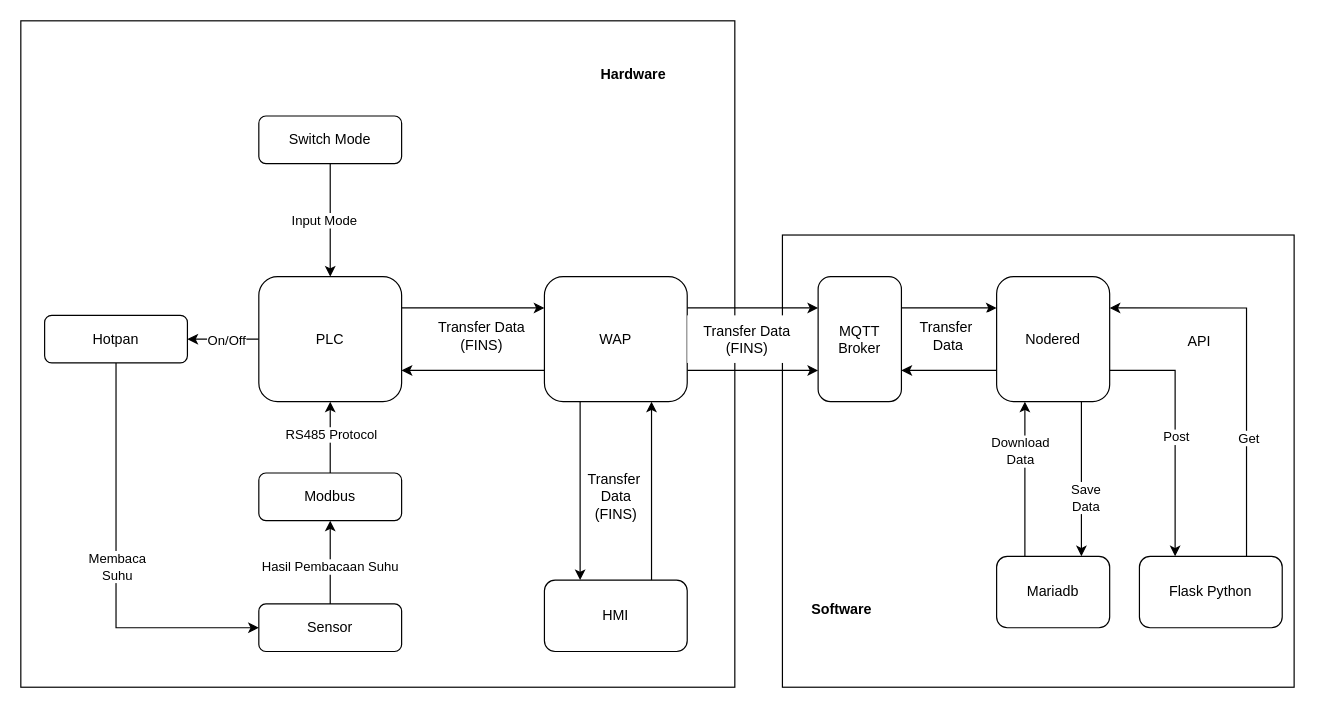
Above: Arsitektur IIOT.drawio in Rezen351/Flowchart (draw.io), before the change. Source tidied: cells renumbered, new cells numbered last; positions are measured from the earlier drawing's top-left corner, leaving out a move shared by most shapes. Both pictures are drawn from the tidied source at 119%, with x=0, y=0 at pixel (20, 20).
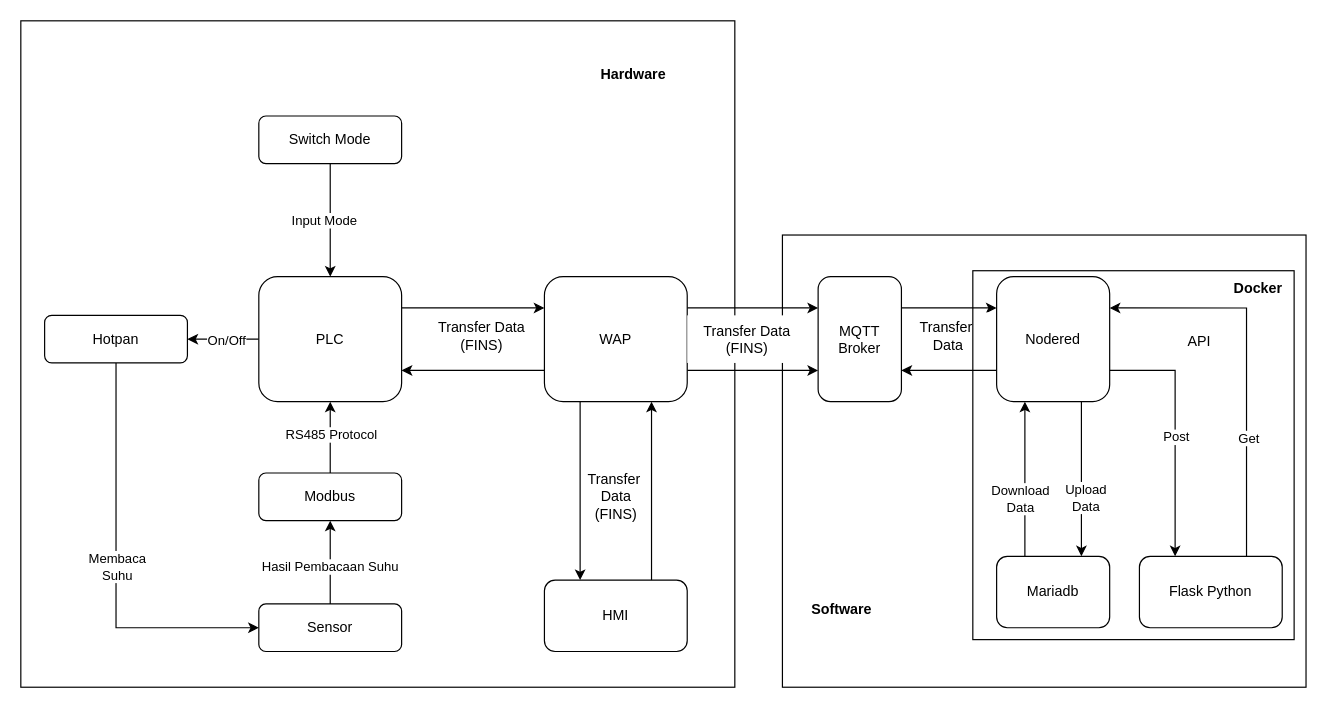
Above is the later version.

The change refers to these unchanged cells:
```xml
<mxCell id="34" style="edgeStyle=orthogonalEdgeStyle;rounded=0;jettySize=auto;html=1;exitX=0.75;exitY=1;exitDx=0;exitDy=0;entryX=0.75;entryY=0;entryDx=0;entryDy=0;" parent="1" edge="1" source="37" target="40">
  <mxGeometry relative="1" as="geometry" />
</mxCell>
<mxCell id="38" style="edgeStyle=orthogonalEdgeStyle;rounded=0;jettySize=auto;html=1;exitX=0.25;exitY=0;exitDx=0;exitDy=0;entryX=0.25;entryY=1;entryDx=0;entryDy=0;" parent="1" edge="1" source="40" target="37">
  <mxGeometry relative="1" as="geometry" />
</mxCell>
```

Change to the diagram source:
```diff
@@
     <mxCell id="2" style="rounded=0;whiteSpace=wrap;html=1;" parent="1" vertex="1">
-      <mxGeometry x="640" y="180" width="430" height="380" as="geometry" />
+      <mxGeometry x="640" y="180" width="440" height="380" as="geometry" />
     </mxCell>
@@
-    <mxCell id="35" value="Save&lt;div&gt;Data&lt;/div&gt;" style="edgeLabel;html=1;align=center;verticalAlign=middle;" parent="34" vertex="1">
+    <mxCell id="35" value="Upload&lt;div&gt;Data&lt;/div&gt;" style="edgeLabel;html=1;align=center;verticalAlign=middle;" parent="34" vertex="1">
       <mxGeometry x="0.03" y="3" relative="1" as="geometry">
         <mxPoint y="13" as="offset" />
       </mxGeometry>
     </mxCell>
@@
     <mxCell id="39" value="Download&lt;div&gt;Data&lt;/div&gt;" style="edgeLabel;html=1;align=center;verticalAlign=middle;" parent="38" vertex="1">
       <mxGeometry x="0.02" y="4" relative="1" as="geometry">
-        <mxPoint y="-23" as="offset" />
+        <mxPoint y="17" as="offset" />
       </mxGeometry>
     </mxCell>
@@
+    <mxCell id="48" value="Docker" style="text;html=1;align=center;verticalAlign=middle;whiteSpace=wrap;rounded=0;fontStyle=1;" parent="1" vertex="1">
+      <mxGeometry x="1010" y="210" width="60" height="30" as="geometry" />
+    </mxCell>
+    <mxCell id="49" style="rounded=0;whiteSpace=wrap;html=1;fillColor=none;" parent="1" vertex="1">
+      <mxGeometry x="800" y="210" width="270" height="310" as="geometry" />
+    </mxCell>
```
